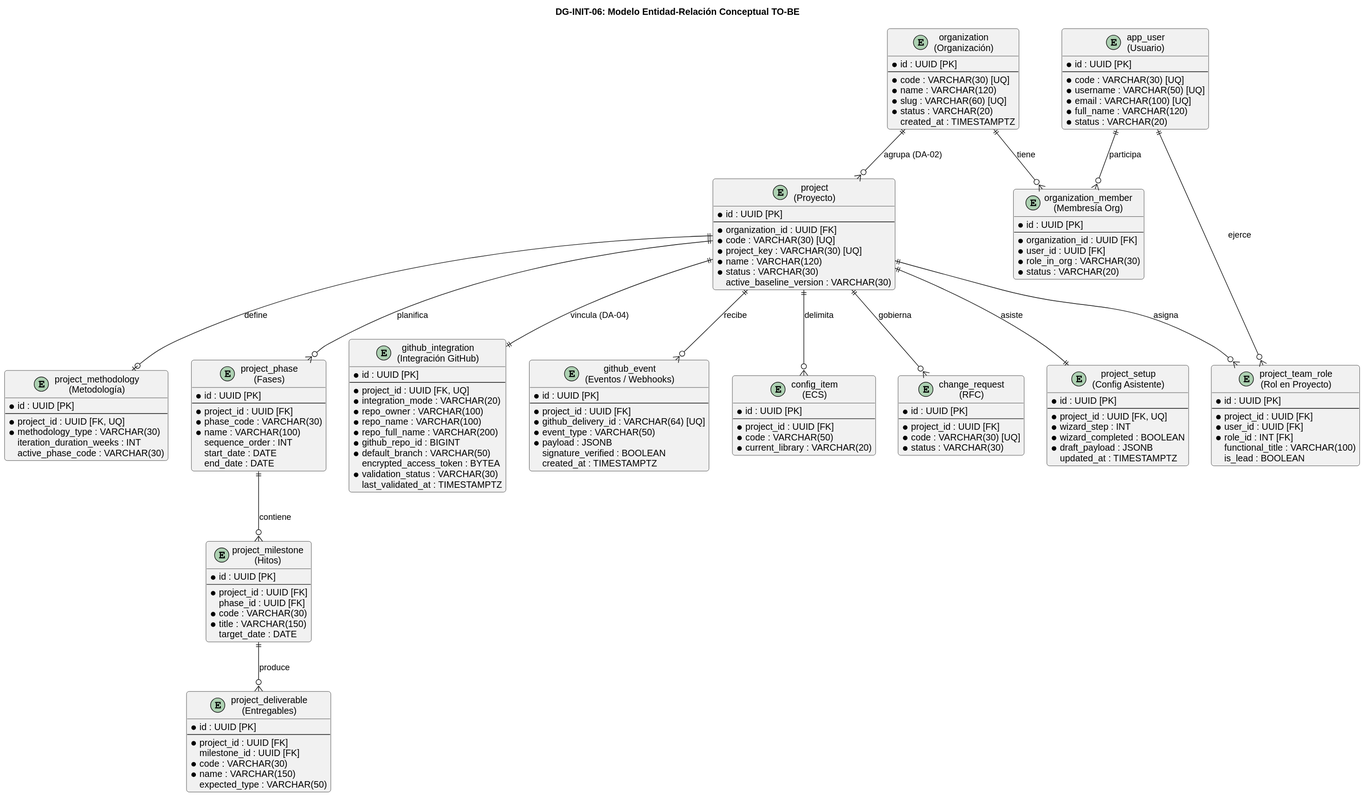
JMedina255/TraceFlow keeps this PlantUML diagram as docs/assets/diagramas/render/diseno/DG-INIT-06.svg. Above is the earlier version. Its diagram source:
```plantuml
@startuml
skinparam shadowing false
skinparam roundcorner 8
skinparam defaultFontName Arial
skinparam packageStyle rectangle

title <b>DG-INIT-06: Modelo Entidad-Relación Conceptual TO-BE</b>

entity "organization\n(Organización)" as ORG {
    * id : UUID [PK]
    --
    * code : VARCHAR(30) [UQ]
    * name : VARCHAR(120)
    * slug : VARCHAR(60) [UQ]
    * status : VARCHAR(20)
    created_at : TIMESTAMPTZ
}

entity "organization_member\n(Membresía Org)" as ORG_MEM {
    * id : UUID [PK]
    --
    * organization_id : UUID [FK]
    * user_id : UUID [FK]
    * role_in_org : VARCHAR(30)
    * status : VARCHAR(20)
}

entity "app_user\n(Usuario)" as USR {
    * id : UUID [PK]
    --
    * code : VARCHAR(30) [UQ]
    * username : VARCHAR(50) [UQ]
    * email : VARCHAR(100) [UQ]
    * full_name : VARCHAR(120)
    * status : VARCHAR(20)
}

entity "project\n(Proyecto)" as PRJ {
    * id : UUID [PK]
    --
    * organization_id : UUID [FK]
    * code : VARCHAR(30) [UQ]
    * project_key : VARCHAR(30) [UQ]
    * name : VARCHAR(120)
    * status : VARCHAR(30)
    active_baseline_version : VARCHAR(30)
}

entity "project_setup\n(Config Asistente)" as SETUP {
    * id : UUID [PK]
    --
    * project_id : UUID [FK, UQ]
    * wizard_step : INT
    * wizard_completed : BOOLEAN
    * draft_payload : JSONB
    updated_at : TIMESTAMPTZ
}

entity "project_team_role\n(Rol en Proyecto)" as PROJ_ROLE {
    * id : UUID [PK]
    --
    * project_id : UUID [FK]
    * user_id : UUID [FK]
    * role_id : INT [FK]
    functional_title : VARCHAR(100)
    is_lead : BOOLEAN
}

entity "project_methodology\n(Metodología)" as METH {
    * id : UUID [PK]
    --
    * project_id : UUID [FK, UQ]
    * methodology_type : VARCHAR(30)
    iteration_duration_weeks : INT
    active_phase_code : VARCHAR(30)
}

entity "project_phase\n(Fases)" as PHASE {
    * id : UUID [PK]
    --
    * project_id : UUID [FK]
    * phase_code : VARCHAR(30)
    * name : VARCHAR(100)
    sequence_order : INT
    start_date : DATE
    end_date : DATE
}

entity "project_milestone\n(Hitos)" as MILE {
    * id : UUID [PK]
    --
    * project_id : UUID [FK]
    phase_id : UUID [FK]
    * code : VARCHAR(30)
    * title : VARCHAR(150)
    target_date : DATE
}

entity "project_deliverable\n(Entregables)" as DELIV {
    * id : UUID [PK]
    --
    * project_id : UUID [FK]
    milestone_id : UUID [FK]
    * code : VARCHAR(30)
    * name : VARCHAR(150)
    expected_type : VARCHAR(50)
}

entity "github_integration\n(Integración GitHub)" as GH {
    * id : UUID [PK]
    --
    * project_id : UUID [FK, UQ]
    * integration_mode : VARCHAR(20)
    * repo_owner : VARCHAR(100)
    * repo_name : VARCHAR(100)
    * repo_full_name : VARCHAR(200)
    * github_repo_id : BIGINT
    * default_branch : VARCHAR(50)
    encrypted_access_token : BYTEA
    * validation_status : VARCHAR(30)
    last_validated_at : TIMESTAMPTZ
}

entity "github_event\n(Eventos / Webhooks)" as GHEVT {
    * id : UUID [PK]
    --
    * project_id : UUID [FK]
    * github_delivery_id : VARCHAR(64) [UQ]
    * event_type : VARCHAR(50)
    * payload : JSONB
    signature_verified : BOOLEAN
    created_at : TIMESTAMPTZ
}

entity "config_item\n(ECS)" as ECS {
    * id : UUID [PK]
    --
    * project_id : UUID [FK]
    * code : VARCHAR(50)
    * current_library : VARCHAR(20)
}

entity "change_request\n(RFC)" as RFC {
    * id : UUID [PK]
    --
    * project_id : UUID [FK]
    * code : VARCHAR(30) [UQ]
    * status : VARCHAR(30)
}

ORG ||--o{ PRJ : agrupa (DA-02)
ORG ||--o{ ORG_MEM : tiene
USR ||--o{ ORG_MEM : participa
PRJ ||--|| SETUP : asiste
PRJ ||--o{ PROJ_ROLE : asigna
USR ||--o{ PROJ_ROLE : ejerce
PRJ ||--o| METH : define
PRJ ||--o{ PHASE : planifica
PHASE ||--o{ MILE : contiene
MILE ||--o{ DELIV : produce
PRJ ||--|| GH : vincula (DA-04)
PRJ ||--o{ GHEVT : recibe
PRJ ||--o{ ECS : delimita
PRJ ||--o{ RFC : gobierna
@enduml
```
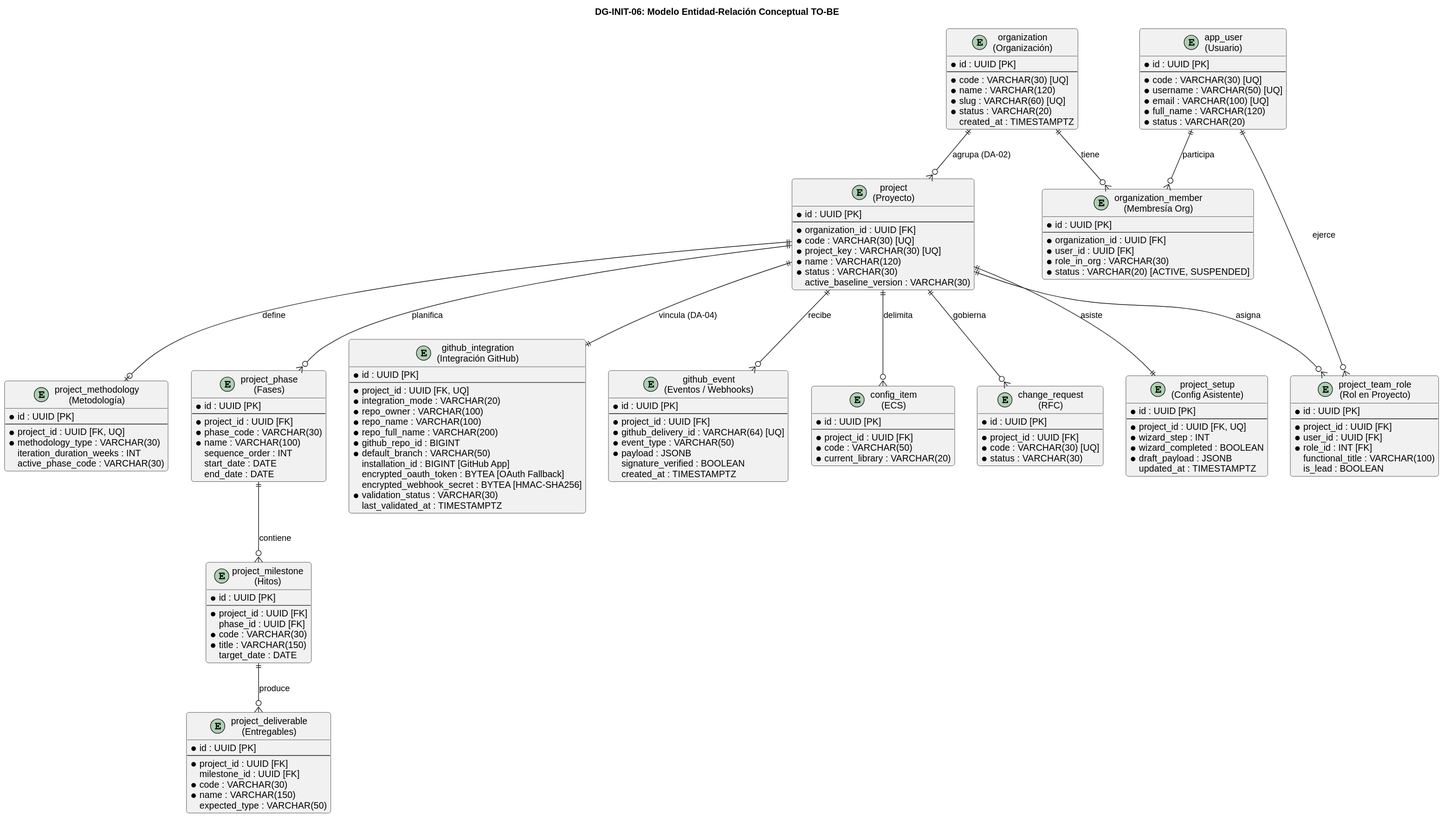
The same diagram one commit later.

Diff of the diagram source:
```diff
@@ -22,7 +22,7 @@
     * organization_id : UUID [FK]
     * user_id : UUID [FK]
     * role_in_org : VARCHAR(30)
-    * status : VARCHAR(20)
+    * status : VARCHAR(20) [ACTIVE, SUSPENDED]
 }
 
 entity "app_user\n(Usuario)" as USR {
@@ -116,7 +116,9 @@
     * repo_full_name : VARCHAR(200)
     * github_repo_id : BIGINT
     * default_branch : VARCHAR(50)
-    encrypted_access_token : BYTEA
+    installation_id : BIGINT [GitHub App]
+    encrypted_oauth_token : BYTEA [OAuth Fallback]
+    encrypted_webhook_secret : BYTEA [HMAC-SHA256]
     * validation_status : VARCHAR(30)
     last_validated_at : TIMESTAMPTZ
 }
```
